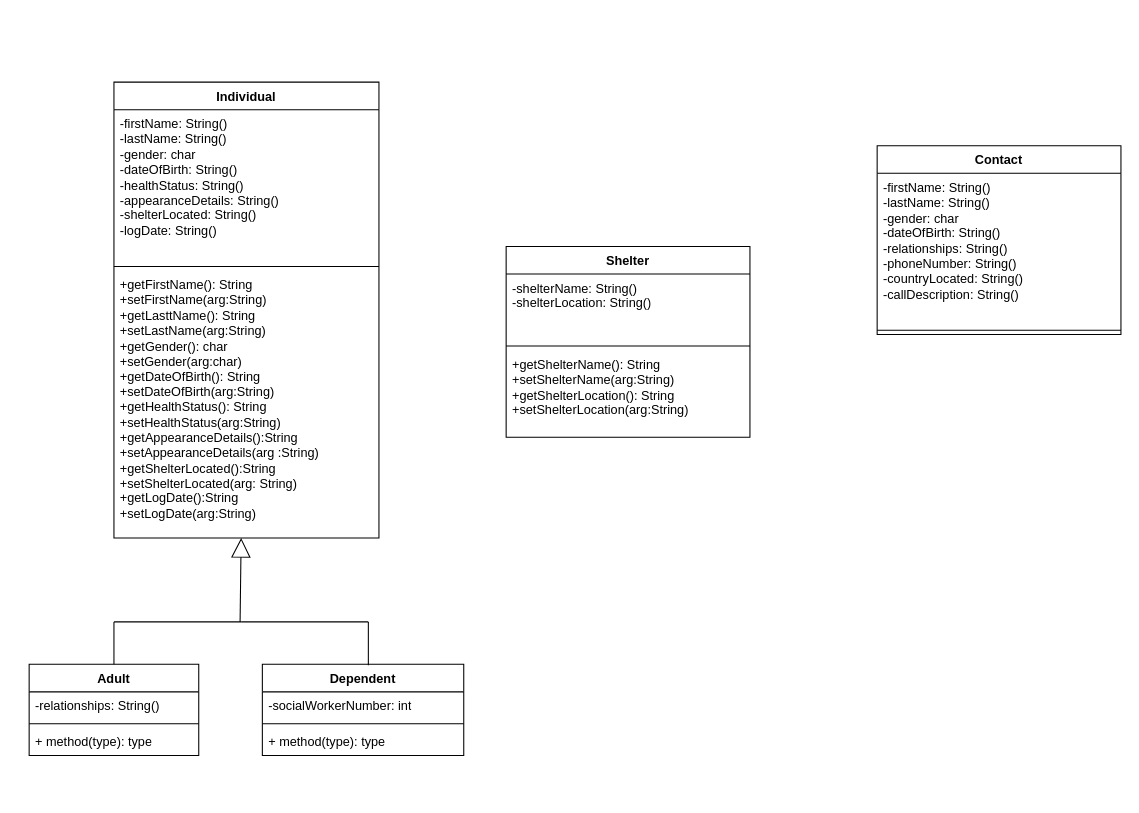
Above: disaster_recover_UML_25.drawio in ENSF-380-Group-25/Project-1 (draw.io), before the change. Source tidied: cells renumbered, new cells numbered last; positions are measured from the earlier drawing's top-left corner, leaving out a move shared by most shapes. Both pictures are drawn from the tidied source at 106%, with x=0, y=0 at pixel (29, 82).
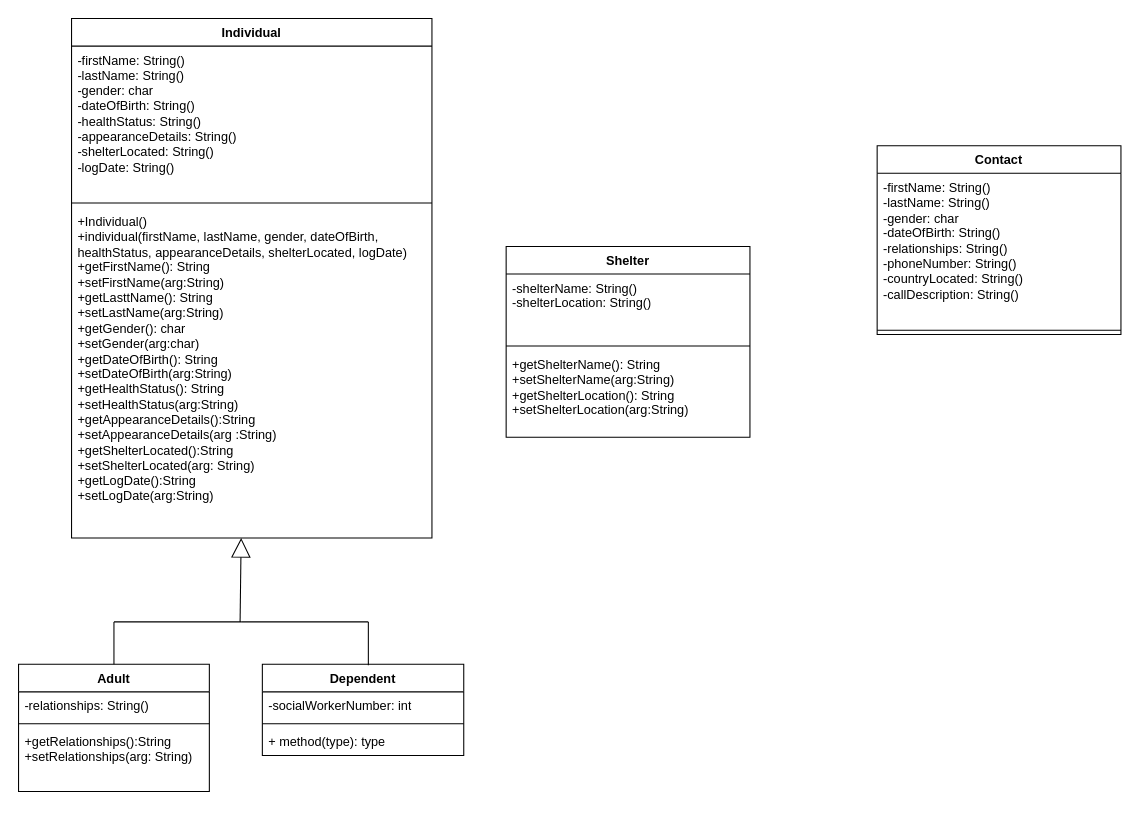
The same page after the edit.

Diff of the diagram source:
```diff
@@
     <mxCell id="2" value="Individual" style="swimlane;fontStyle=1;align=center;verticalAlign=top;horizontal=1;startSize=26;whiteSpace=wrap;html=1;" parent="1" vertex="1">
-      <mxGeometry x="80" width="250" height="430" as="geometry" />
+      <mxGeometry x="40" y="-60" width="340" height="490" as="geometry" />
     </mxCell>
     <mxCell id="3" value="-firstName: String()&lt;div&gt;-lastName: String()&lt;/div&gt;&lt;div&gt;-gender: char&lt;/div&gt;&lt;div&gt;-dateOfBirth: String()&lt;/div&gt;&lt;div&gt;-healthStatus: String()&lt;/div&gt;&lt;div&gt;-appearanceDetails: String()&lt;/div&gt;&lt;div&gt;-shelterLocated: String()&lt;/div&gt;&lt;div&gt;-logDate: String()&lt;/div&gt;&lt;div&gt;&lt;br&gt;&lt;/div&gt;&lt;div&gt;&lt;br&gt;&lt;/div&gt;" style="text;strokeColor=none;fillColor=none;align=left;verticalAlign=top;spacingLeft=4;spacingRight=4;overflow=hidden;whiteSpace=wrap;html=1;" parent="2" vertex="1">
-      <mxGeometry y="26" width="250" height="144" as="geometry" />
+      <mxGeometry y="26" width="340" height="144" as="geometry" />
     </mxCell>
     <mxCell id="4" style="line;strokeWidth=1;fillColor=none;align=left;verticalAlign=middle;spacingTop=-1;spacingLeft=3;spacingRight=3;labelPosition=right;strokeColor=inherit;" parent="2" vertex="1">
-      <mxGeometry y="170" width="250" height="8" as="geometry" />
+      <mxGeometry y="170" width="340" height="8" as="geometry" />
     </mxCell>
-    <mxCell id="5" value="+getFirstName(): String&lt;div&gt;+setFirstName(arg:String)&lt;/div&gt;&lt;div&gt;+getLasttName(): String&lt;div&gt;+setLastName(arg:String)&lt;/div&gt;&lt;div&gt;+getGender(): char&lt;div&gt;+setGender(arg:char)&lt;/div&gt;&lt;div&gt;+getDateOfBirth(): String&lt;div&gt;+setDateOfBirth(arg:String)&lt;/div&gt;&lt;div&gt;+getHealthStatus(): String&lt;div&gt;+setHealthStatus(arg:String)&lt;/div&gt;&lt;div&gt;+getAppearanceDetails():String&lt;/div&gt;&lt;div&gt;+setAppearanceDetails(arg&amp;nbsp;&lt;span style=&quot;background-color: transparent; color: light-dark(rgb(0, 0, 0), rgb(255, 255, 255));&quot;&gt;:String&lt;/span&gt;&lt;span style=&quot;background-color: transparent; color: light-dark(rgb(0, 0, 0), rgb(255, 255, 255));&quot;&gt;)&lt;/span&gt;&lt;/div&gt;&lt;div&gt;+getShelterLocated():String&lt;/div&gt;&lt;div&gt;+setShelterLocated(arg: String)&lt;/div&gt;&lt;div&gt;+getLogDate():String&lt;/div&gt;&lt;div&gt;+setLogDate(arg:String)&lt;/div&gt;&lt;div&gt;&lt;br&gt;&lt;/div&gt;&lt;div&gt;&lt;br&gt;&lt;/div&gt;&lt;/div&gt;&lt;div&gt;&lt;br&gt;&lt;/div&gt;&lt;/div&gt;&lt;/div&gt;&lt;div&gt;&lt;br&gt;&lt;/div&gt;&lt;/div&gt;" style="text;strokeColor=none;fillColor=none;align=left;verticalAlign=top;spacingLeft=4;spacingRight=4;overflow=hidden;whiteSpace=wrap;html=1;" parent="2" vertex="1">
-      <mxGeometry y="178" width="250" height="252" as="geometry" />
+    <mxCell id="5" value="&lt;div&gt;+Individual()&lt;/div&gt;&lt;div&gt;+individual(firstName, lastName, gender, dateOfBirth, healthStatus, appearanceDetails, shelterLocated, logDate)&lt;/div&gt;+getFirstName(): String&lt;div&gt;+setFirstName(arg:String)&lt;/div&gt;&lt;div&gt;+getLasttName(): String&lt;div&gt;+setLastName(arg:String)&lt;/div&gt;&lt;div&gt;+getGender(): char&lt;div&gt;+setGender(arg:char)&lt;/div&gt;&lt;div&gt;+getDateOfBirth(): String&lt;div&gt;+setDateOfBirth(arg:String)&lt;/div&gt;&lt;div&gt;+getHealthStatus(): String&lt;div&gt;+setHealthStatus(arg:String)&lt;/div&gt;&lt;div&gt;+getAppearanceDetails():String&lt;/div&gt;&lt;div&gt;+setAppearanceDetails(arg&amp;nbsp;&lt;span style=&quot;background-color: transparent; color: light-dark(rgb(0, 0, 0), rgb(255, 255, 255));&quot;&gt;:String&lt;/span&gt;&lt;span style=&quot;background-color: transparent; color: light-dark(rgb(0, 0, 0), rgb(255, 255, 255));&quot;&gt;)&lt;/span&gt;&lt;/div&gt;&lt;div&gt;+getShelterLocated():String&lt;/div&gt;&lt;div&gt;+setShelterLocated(arg: String)&lt;/div&gt;&lt;div&gt;+getLogDate():String&lt;/div&gt;&lt;div&gt;+setLogDate(arg:String)&lt;/div&gt;&lt;div&gt;&lt;br&gt;&lt;/div&gt;&lt;div&gt;&lt;br&gt;&lt;/div&gt;&lt;/div&gt;&lt;div&gt;&lt;br&gt;&lt;/div&gt;&lt;/div&gt;&lt;/div&gt;&lt;div&gt;&lt;br&gt;&lt;/div&gt;&lt;/div&gt;" style="text;strokeColor=none;fillColor=none;align=left;verticalAlign=top;spacingLeft=4;spacingRight=4;overflow=hidden;whiteSpace=wrap;html=1;" parent="2" vertex="1">
+      <mxGeometry y="178" width="340" height="312" as="geometry" />
     </mxCell>
@@
     <mxCell id="7" value="Adult" style="swimlane;fontStyle=1;align=center;verticalAlign=top;horizontal=1;startSize=26;whiteSpace=wrap;html=1;" parent="1" vertex="1">
-      <mxGeometry y="549.2" width="160" height="86" as="geometry" />
+      <mxGeometry x="-10" y="549.2" width="180" height="120" as="geometry" />
     </mxCell>
     <mxCell id="8" value="-relationships: String()" style="text;strokeColor=none;fillColor=none;align=left;verticalAlign=top;spacingLeft=4;spacingRight=4;overflow=hidden;whiteSpace=wrap;html=1;" parent="7" vertex="1">
-      <mxGeometry y="26" width="160" height="26" as="geometry" />
+      <mxGeometry y="26" width="180" height="26" as="geometry" />
     </mxCell>
     <mxCell id="9" style="line;strokeWidth=1;fillColor=none;align=left;verticalAlign=middle;spacingTop=-1;spacingLeft=3;spacingRight=3;labelPosition=right;strokeColor=inherit;" parent="7" vertex="1">
-      <mxGeometry y="52" width="160" height="8" as="geometry" />
+      <mxGeometry y="52" width="180" height="8" as="geometry" />
     </mxCell>
-    <mxCell id="10" value="+ method(type): type" style="text;strokeColor=none;fillColor=none;align=left;verticalAlign=top;spacingLeft=4;spacingRight=4;overflow=hidden;whiteSpace=wrap;html=1;" parent="7" vertex="1">
-      <mxGeometry y="60" width="160" height="26" as="geometry" />
+    <mxCell id="10" value="+getRelationships():String&lt;div&gt;+setRelationships(arg: String)&lt;/div&gt;" style="text;strokeColor=none;fillColor=none;align=left;verticalAlign=top;spacingLeft=4;spacingRight=4;overflow=hidden;whiteSpace=wrap;html=1;" parent="7" vertex="1">
+      <mxGeometry y="60" width="180" height="60" as="geometry" />
     </mxCell>
```
